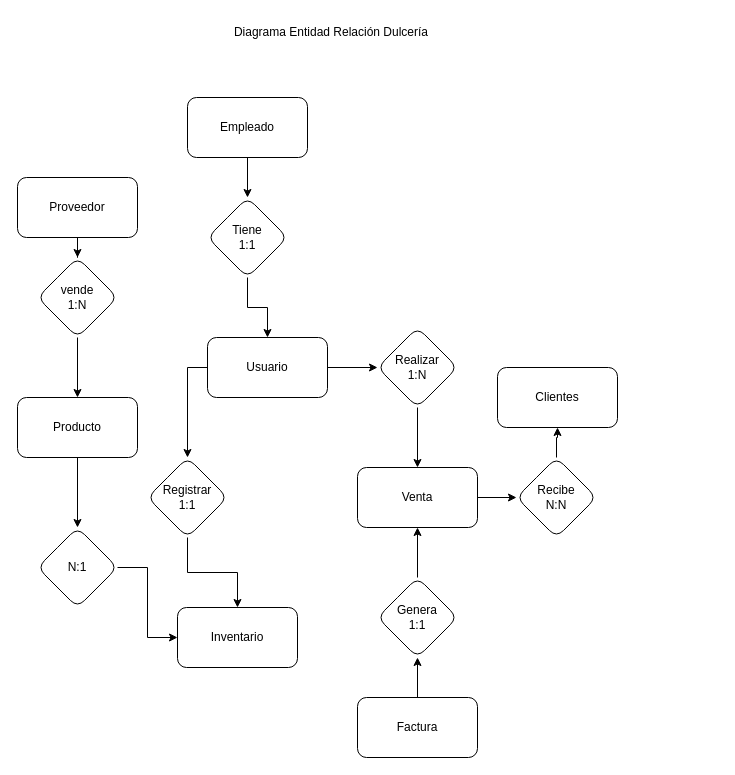
Above: Dulcería.drawio in AlexAntonio29/PracticasProgramacion (draw.io), before the change. Source tidied: cells renumbered, new cells numbered last; positions are measured from the earlier drawing's top-left corner, leaving out a move shared by most shapes. Both pictures are drawn from the tidied source at 100%, with x=0, y=0 at pixel (17, 17).
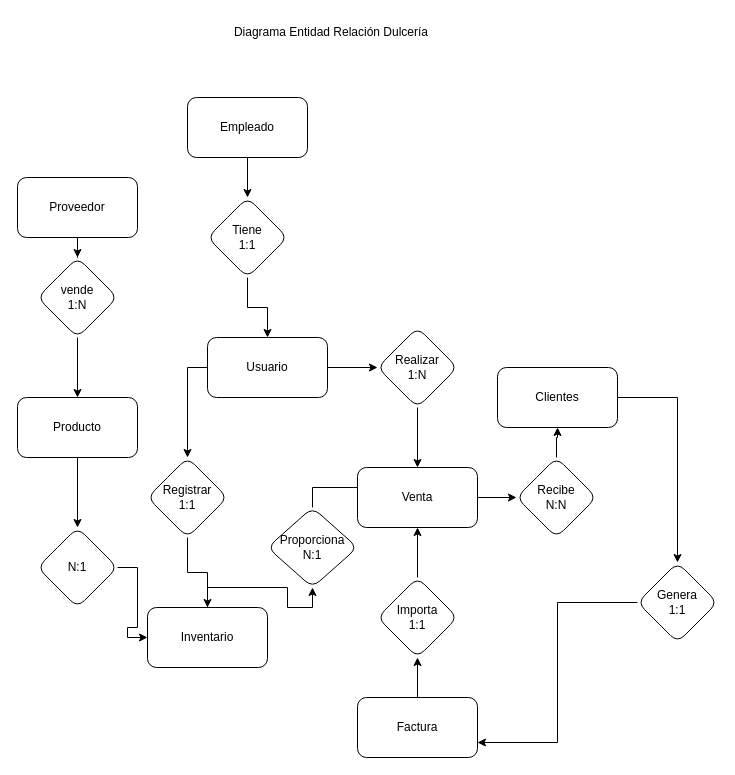
After the change.

The change refers to these unchanged cells:
```xml
<mxCell id="3" value="Clientes" style="rounded=1;whiteSpace=wrap;html=1;" parent="1" vertex="1">
  <mxGeometry x="480" y="350" width="120" height="60" as="geometry" />
</mxCell>
<mxCell id="13" value="Venta" style="rounded=1;whiteSpace=wrap;html=1;" parent="1" vertex="1">
  <mxGeometry x="340" y="450" width="120" height="60" as="geometry" />
</mxCell>
<mxCell id="15" value="Factura" style="rounded=1;whiteSpace=wrap;html=1;" parent="1" vertex="1">
  <mxGeometry x="340" y="680" width="120" height="60" as="geometry" />
</mxCell>
```

The edit, as a diff of the source:
```diff
@@
+    <mxCell id="32" style="edgeStyle=orthogonalEdgeStyle;rounded=0;jettySize=auto;html=1;entryX=0;entryY=0.5;entryDx=0;entryDy=0;" parent="1" edge="1" source="37" target="13">
+      <mxGeometry relative="1" as="geometry" />
+    </mxCell>
     <mxCell id="2" value="Inventario" style="rounded=1;whiteSpace=wrap;html=1;" parent="1" vertex="1">
-      <mxGeometry x="160" y="590" width="120" height="60" as="geometry" />
+      <mxGeometry x="130" y="590" width="120" height="60" as="geometry" />
     </mxCell>
+    <mxCell id="33" style="edgeStyle=orthogonalEdgeStyle;rounded=0;jettySize=auto;html=1;" parent="1" edge="1" source="3" target="35">
+      <mxGeometry relative="1" as="geometry" />
+    </mxCell>
@@
-    <mxCell id="28" value="Genera&lt;div&gt;1:1&lt;/div&gt;" style="rhombus;whiteSpace=wrap;html=1;rounded=1;" parent="1" vertex="1">
+    <mxCell id="28" value="Importa&lt;div&gt;1:1&lt;/div&gt;" style="rhombus;whiteSpace=wrap;html=1;rounded=1;" parent="1" vertex="1">
       <mxGeometry x="360" y="560" width="80" height="80" as="geometry" />
     </mxCell>
@@
+    <mxCell id="34" style="edgeStyle=orthogonalEdgeStyle;rounded=0;jettySize=auto;html=1;entryX=1;entryY=0.75;entryDx=0;entryDy=0;" parent="1" edge="1" source="35" target="15">
+      <mxGeometry relative="1" as="geometry" />
+    </mxCell>
+    <mxCell id="35" value="Genera&lt;div&gt;1:1&lt;/div&gt;" style="rhombus;whiteSpace=wrap;html=1;rounded=1;" parent="1" vertex="1">
+      <mxGeometry x="620" y="545" width="80" height="80" as="geometry" />
+    </mxCell>
+    <mxCell id="36" style="edgeStyle=orthogonalEdgeStyle;rounded=0;jettySize=auto;html=1;entryX=0.5;entryY=1;entryDx=0;entryDy=0;" parent="1" edge="1" source="2" target="37">
+      <mxGeometry relative="1" as="geometry" />
+    </mxCell>
+    <mxCell id="37" value="&lt;div&gt;Proporciona&lt;/div&gt;N:1" style="rhombus;whiteSpace=wrap;html=1;rounded=1;" parent="1" vertex="1">
+      <mxGeometry x="250" y="490" width="90" height="80" as="geometry" />
+    </mxCell>
```
